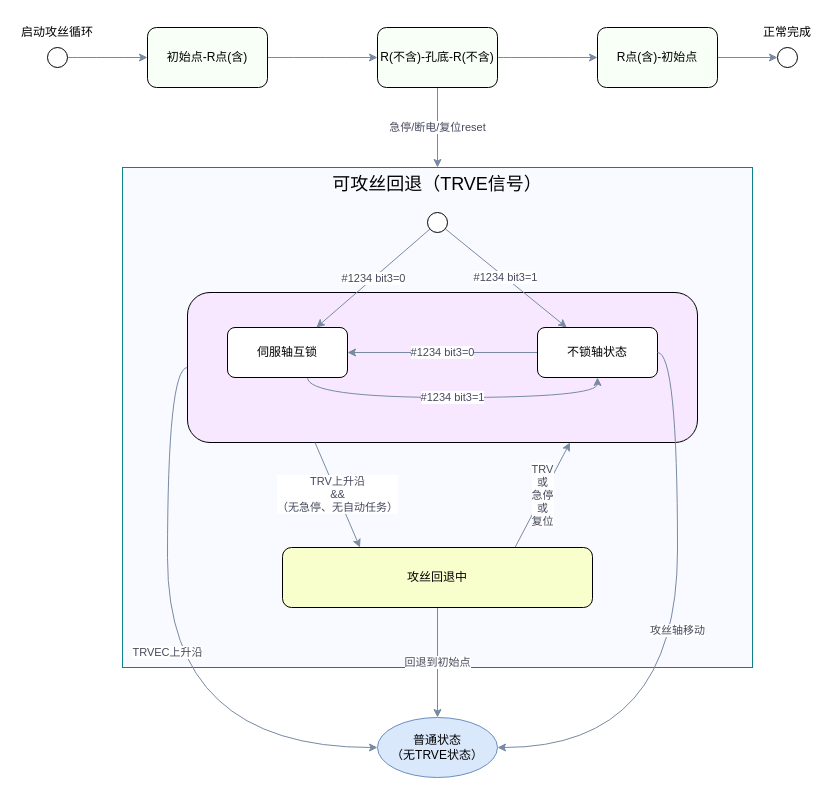
Above: 2026-09-21 攻丝回退2.drawio in hsheridan-hccfl/drawio (draw.io), before the change. Source tidied: cells renumbered, new cells numbered last; positions are measured from the earlier drawing's top-left corner, leaving out a move shared by most shapes. Both pictures are drawn from the tidied source at 100%, with x=0, y=0 at pixel (17, 17).
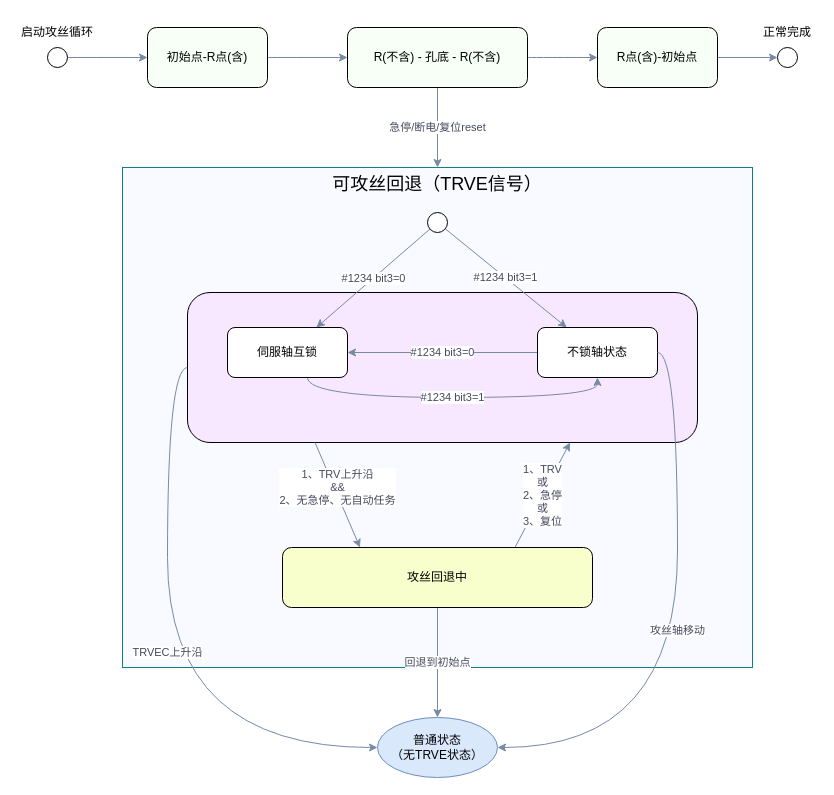
The same diagram, later.

The change refers to these unchanged cells:
```xml
<mxCell id="4" style="rounded=1;whiteSpace=wrap;html=1;fillColor=#F7E8FF;" parent="1" vertex="1">
  <mxGeometry x="170" y="275" width="510" height="150" as="geometry" />
</mxCell>
<mxCell id="14" value="攻丝回退中" style="rounded=1;whiteSpace=wrap;html=1;verticalAlign=middle;fillColor=#F8FFCC;" parent="1" vertex="1">
  <mxGeometry x="265" y="530" width="310" height="60" as="geometry" />
</mxCell>
```

Diff of the diagram source:
```diff
@@
-    <mxCell id="12" value="TRV&lt;div&gt;或&lt;/div&gt;&lt;div&gt;急停&lt;/div&gt;&lt;div&gt;或&lt;/div&gt;&lt;div&gt;复位&lt;/div&gt;" style="edgeStyle=none;rounded=0;jettySize=auto;html=1;exitX=0.75;exitY=0;exitDx=0;exitDy=0;strokeColor=#788AA3;fontColor=#46495D;fillColor=#B2C9AB;entryX=0.75;entryY=1;entryDx=0;entryDy=0;" parent="1" edge="1" source="14" target="4">
+    <mxCell id="12" value="1、TRV&lt;div&gt;或&lt;/div&gt;&lt;div&gt;2、急停&lt;/div&gt;&lt;div&gt;或&lt;/div&gt;&lt;div&gt;3、复位&lt;/div&gt;" style="edgeStyle=none;rounded=0;jettySize=auto;html=1;exitX=0.75;exitY=0;exitDx=0;exitDy=0;strokeColor=#788AA3;fontColor=#46495D;fillColor=#B2C9AB;entryX=0.75;entryY=1;entryDx=0;entryDy=0;" parent="1" edge="1" source="14" target="4">
       <mxGeometry relative="1" as="geometry" />
     </mxCell>
@@
-    <mxCell id="15" value="TRV上升沿&lt;div&gt;&amp;amp;&amp;amp;&lt;/div&gt;&lt;div&gt;（无急停、无自动任务）&lt;/div&gt;" style="edgeStyle=none;rounded=0;jettySize=auto;html=1;strokeColor=#788AA3;fontColor=#46495D;fillColor=#B2C9AB;entryX=0.25;entryY=0;entryDx=0;entryDy=0;exitX=0.25;exitY=1;exitDx=0;exitDy=0;" parent="1" edge="1" source="4" target="14">
-      <mxGeometry relative="1" as="geometry" />
+    <mxCell id="15" value="1、TRV上升沿&lt;div&gt;&amp;amp;&amp;amp;&lt;/div&gt;&lt;div&gt;2、无急停、无自动任务&lt;/div&gt;" style="edgeStyle=none;rounded=0;jettySize=auto;html=1;strokeColor=#788AA3;fontColor=#46495D;fillColor=#B2C9AB;entryX=0.25;entryY=0;entryDx=0;entryDy=0;exitX=0.25;exitY=1;exitDx=0;exitDy=0;" parent="1" edge="1" source="4" target="14">
+      <mxGeometry x="-0.12" y="3" relative="1" as="geometry" />
     </mxCell>
@@
-    <mxCell id="21" value="R(不含)-孔底-R(不含)" style="rounded=1;whiteSpace=wrap;html=1;fillColor=#F7FFF7;" parent="1" vertex="1">
-      <mxGeometry x="360" y="10" width="120" height="60" as="geometry" />
+    <mxCell id="21" value="R(不含) - 孔底 - R(不含)" style="rounded=1;whiteSpace=wrap;html=1;fillColor=#F7FFF7;" parent="1" vertex="1">
+      <mxGeometry x="330" y="10" width="180" height="60" as="geometry" />
     </mxCell>
```
